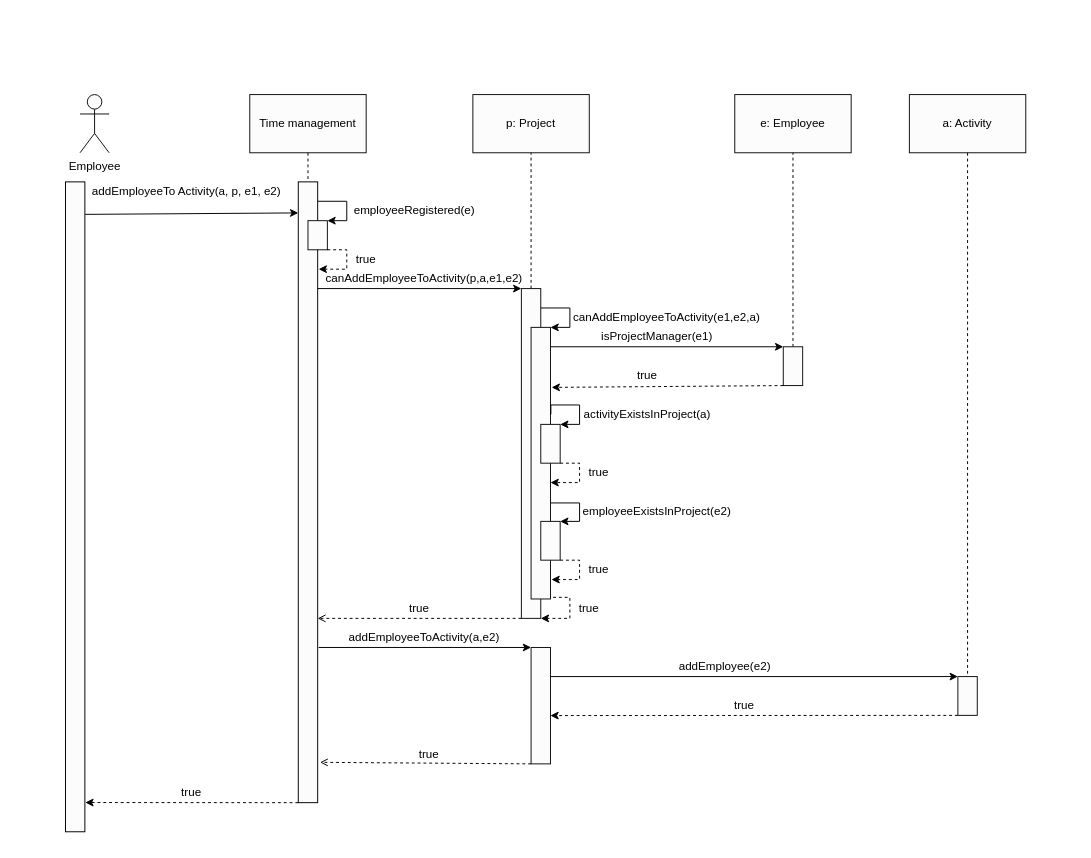
Above: addEmployeeToActivity-sequence-diagram.drawio in HLLissau/SoftwareProjekt (draw.io), before the change. Source tidied: cells renumbered, new cells numbered last; positions are measured from the earlier drawing's top-left corner, leaving out a move shared by most shapes. Both pictures are drawn from the tidied source at 97%, with x=0, y=0 at pixel (65, 94).
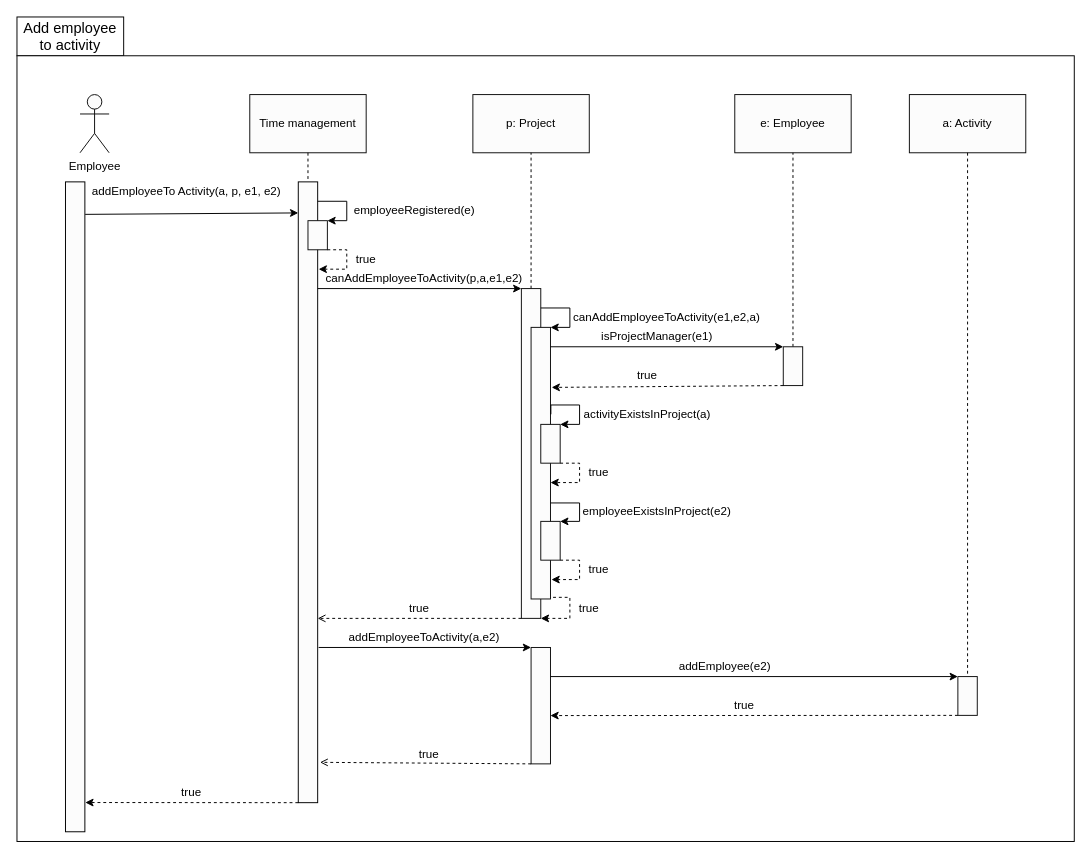
The same page after the edit.

What changed in the source:
```diff
@@
+    <mxCell id="57" style="rounded=0;whiteSpace=wrap;html=1;" parent="1" vertex="1">
+      <mxGeometry x="-50" y="-80" width="110" height="40" as="geometry" />
+    </mxCell>
+    <mxCell id="58" style="rounded=0;whiteSpace=wrap;html=1;" parent="1" vertex="1">
+      <mxGeometry x="-50" y="-40" width="1090" height="810" as="geometry" />
+    </mxCell>
@@
+    <mxCell id="59" value="Add employee to activity" style="text;html=1;strokeColor=none;fillColor=none;align=center;verticalAlign=middle;whiteSpace=wrap;rounded=0;fontSize=15;" parent="1" vertex="1">
+      <mxGeometry x="-45" y="-70" width="100" height="20" as="geometry" />
+    </mxCell>
```
